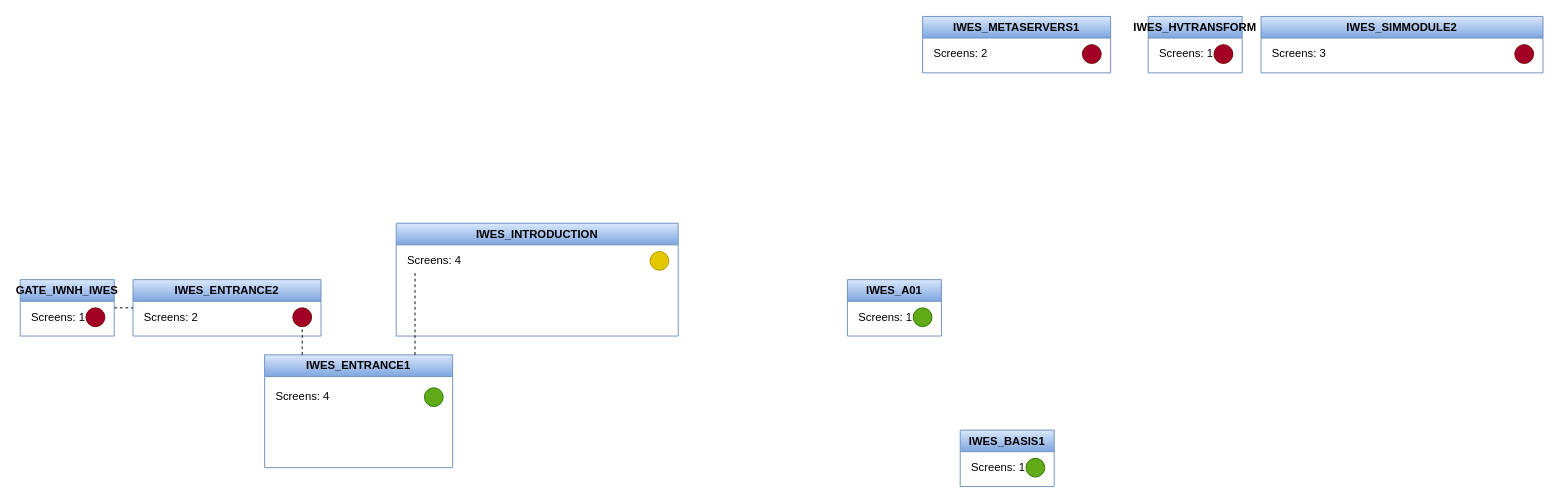
TabbyFlux/Implicit-Worlds keeps this draw.io diagram as page "Encapsulated Systems" (3 of 3) of bonus/Regions.drawio. Above is the earlier version. Source tidied: cells renumbered, new cells numbered last; positions are measured from the earlier drawing's top-left corner, leaving out a move shared by most shapes. Both pictures are drawn from the tidied source at 94%, with x=0, y=0 at pixel (20, 16).
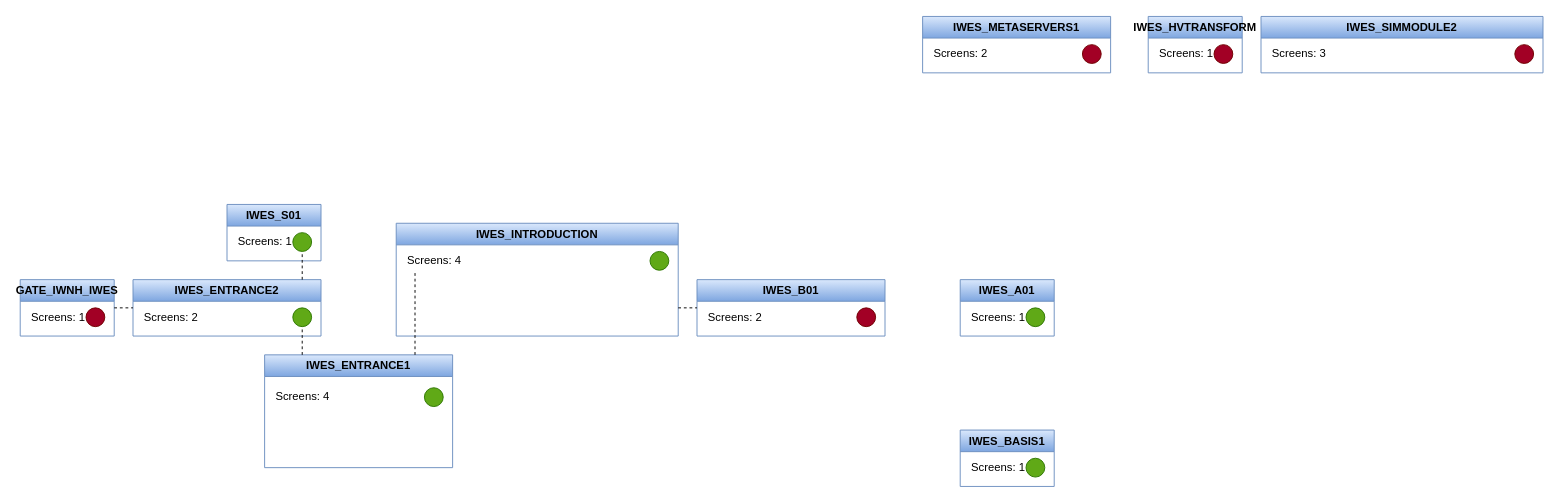
The same page after the edit.

The change refers to these unchanged cells:
```xml
<mxCell id="8" value="IWES_ENTRANCE2" style="swimlane;whiteSpace=wrap;html=1;fillColor=#dae8fc;gradientColor=#7ea6e0;strokeColor=#6c8ebf;" parent="1" vertex="1">
  <mxGeometry x="120" y="280" width="200" height="60" as="geometry" />
</mxCell>
<mxCell id="19" value="IWES_INTRODUCTION" style="swimlane;whiteSpace=wrap;html=1;fillColor=#dae8fc;gradientColor=#7ea6e0;strokeColor=#6c8ebf;" parent="1" vertex="1">
  <mxGeometry x="400" y="220" width="300" height="120" as="geometry" />
</mxCell>
```

The edit, as a diff of the source:
```diff
@@
-    <mxCell id="10" style="ellipse;whiteSpace=wrap;html=1;fillColor=#a20025;strokeColor=#6F0000;fontColor=#ffffff;" parent="8" vertex="1">
+    <mxCell id="10" style="ellipse;whiteSpace=wrap;html=1;fillColor=#60a917;strokeColor=#2D7600;fontColor=#ffffff;" parent="8" vertex="1">
       <mxGeometry x="170" y="30" width="20" height="20" as="geometry" />
     </mxCell>
@@
     <mxCell id="16" value="IWES_A01" style="swimlane;whiteSpace=wrap;html=1;fillColor=#dae8fc;gradientColor=#7ea6e0;strokeColor=#6c8ebf;" parent="1" vertex="1">
-      <mxGeometry x="880" y="280" width="100" height="60" as="geometry" />
+      <mxGeometry x="1000" y="280" width="100" height="60" as="geometry" />
     </mxCell>
@@
-    <mxCell id="21" style="ellipse;whiteSpace=wrap;html=1;fillColor=#e3c800;strokeColor=#B09500;fontColor=#000000;" parent="19" vertex="1">
+    <mxCell id="21" style="ellipse;whiteSpace=wrap;html=1;fillColor=#60a917;strokeColor=#2D7600;fontColor=#ffffff;" parent="19" vertex="1">
       <mxGeometry x="270" y="30" width="20" height="20" as="geometry" />
     </mxCell>
@@
+    <mxCell id="32" value="IWES_B01" style="swimlane;whiteSpace=wrap;html=1;fillColor=#dae8fc;gradientColor=#7ea6e0;strokeColor=#6c8ebf;" parent="1" vertex="1">
+      <mxGeometry x="720" y="280" width="200" height="60" as="geometry" />
+    </mxCell>
+    <mxCell id="33" value="Screens: 2" style="text;html=1;align=left;verticalAlign=middle;whiteSpace=wrap;rounded=0;" parent="32" vertex="1">
+      <mxGeometry x="10" y="25" width="70" height="30" as="geometry" />
+    </mxCell>
+    <mxCell id="34" style="ellipse;whiteSpace=wrap;html=1;fillColor=#a20025;strokeColor=#6F0000;fontColor=#ffffff;" parent="32" vertex="1">
+      <mxGeometry x="170" y="30" width="20" height="20" as="geometry" />
+    </mxCell>
+    <mxCell id="35" style="endArrow=none;dashed=1;html=1;rounded=0;exitX=1;exitY=0.75;exitDx=0;exitDy=0;entryX=0;entryY=0.5;entryDx=0;entryDy=0;" parent="1" edge="1" source="19" target="32">
+      <mxGeometry relative="1" as="geometry" />
+    </mxCell>
+    <mxCell id="36" value="IWES_S01" style="swimlane;whiteSpace=wrap;html=1;fillColor=#dae8fc;gradientColor=#7ea6e0;strokeColor=#6c8ebf;" parent="1" vertex="1">
+      <mxGeometry x="220" y="200" width="100" height="60" as="geometry" />
+    </mxCell>
+    <mxCell id="37" value="Screens: 1" style="text;html=1;align=left;verticalAlign=middle;whiteSpace=wrap;rounded=0;" parent="36" vertex="1">
+      <mxGeometry x="10" y="25" width="60" height="30" as="geometry" />
+    </mxCell>
+    <mxCell id="38" style="ellipse;whiteSpace=wrap;html=1;fillColor=#60a917;strokeColor=#2D7600;fontColor=#ffffff;" parent="36" vertex="1">
+      <mxGeometry x="70" y="30" width="20" height="20" as="geometry" />
+    </mxCell>
+    <mxCell id="39" style="endArrow=none;dashed=1;html=1;rounded=0;exitX=0.9;exitY=0;exitDx=0;exitDy=0;exitPerimeter=0;entryX=0.5;entryY=1;entryDx=0;entryDy=0;" parent="1" edge="1" source="8" target="38">
+      <mxGeometry relative="1" as="geometry" />
+    </mxCell>
```
